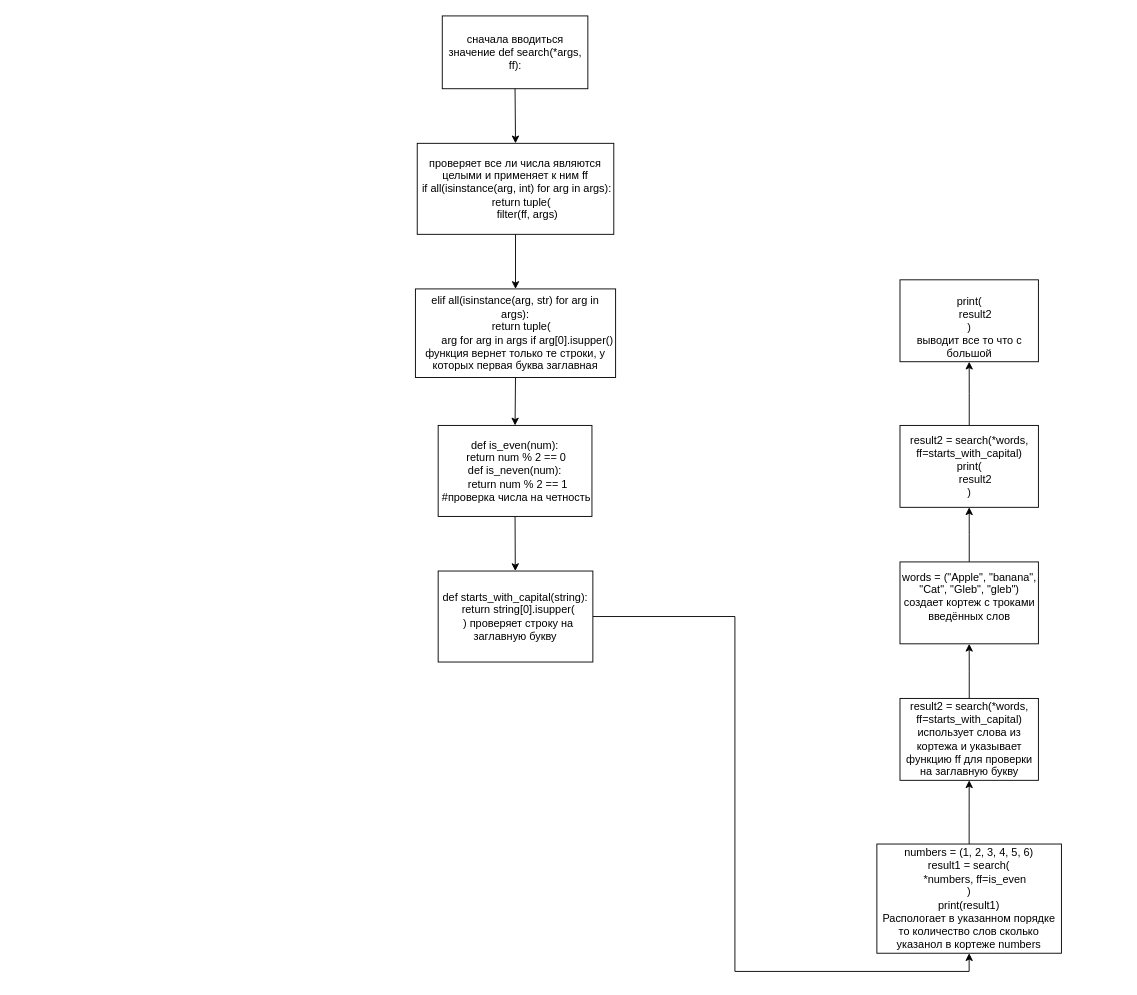
Above: задача 3.drawio in hellp31/Belomyttsev-Gleb-Algoritm (draw.io), before the change. Source tidied: cells renumbered, new cells numbered last; positions are measured from the earlier drawing's top-left corner, leaving out a move shared by most shapes. Both pictures are drawn from the tidied source at 91%, with x=0, y=0 at pixel (415, 15).
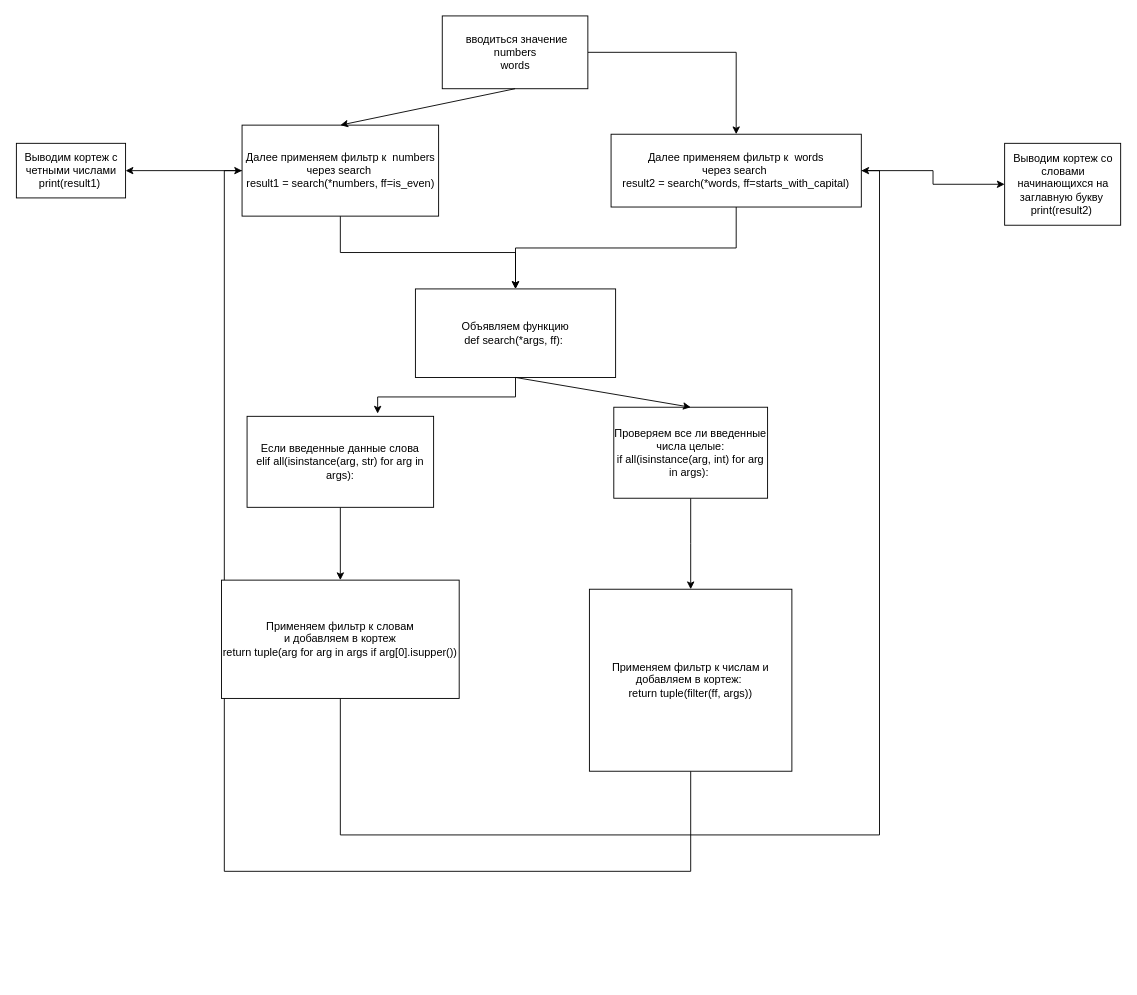
The same diagram, later.

What changed in the source:
```diff
@@
+    <mxCell id="21" style="edgeStyle=orthogonalEdgeStyle;rounded=0;jettySize=auto;html=1;" parent="1" edge="1" source="2" target="30">
+      <mxGeometry relative="1" as="geometry" />
+    </mxCell>
-    <mxCell id="2" value="сначала вводиться значение&amp;nbsp;def search(*args, ff):" style="rounded=0;whiteSpace=wrap;html=1;" parent="1" vertex="1">
+    <mxCell id="2" value="&amp;nbsp;вводиться значение numbers&lt;div&gt;words&lt;/div&gt;" style="rounded=0;whiteSpace=wrap;html=1;" parent="1" vertex="1">
       <mxGeometry x="29.5" width="160" height="80" as="geometry" />
     </mxCell>
+    <mxCell id="18" style="edgeStyle=orthogonalEdgeStyle;rounded=0;jettySize=auto;html=1;entryX=0.5;entryY=0;entryDx=0;entryDy=0;" parent="1" edge="1" source="3" target="4">
+      <mxGeometry relative="1" as="geometry" />
+    </mxCell>
+    <mxCell id="22" style="edgeStyle=orthogonalEdgeStyle;rounded=0;jettySize=auto;html=1;" parent="1" edge="1" source="3" target="33">
+      <mxGeometry relative="1" as="geometry" />
+    </mxCell>
-    <mxCell id="3" value="проверяет все ли числа являются целыми и применяет к ним ff&lt;div&gt;&amp;nbsp;&lt;span style=&quot;background-color: initial;&quot;&gt;if all(isinstance(arg, int) for arg in args):&lt;/span&gt;&lt;div&gt;&amp;nbsp; &amp;nbsp; return tuple(&lt;/div&gt;&lt;div&gt;&amp;nbsp; &amp;nbsp; &amp;nbsp; &amp;nbsp; filter(ff, args)&lt;/div&gt;&lt;/div&gt;" style="rounded=0;whiteSpace=wrap;html=1;" parent="1" vertex="1">
-      <mxGeometry x="2" y="140" width="216" height="100" as="geometry" />
+    <mxCell id="3" value="Далее применяем фильтр к&amp;nbsp; numbers&lt;div&gt;через search&amp;nbsp;&lt;br&gt;&lt;div&gt;result1 = search(*numbers, ff=is_even)&lt;br&gt;&lt;/div&gt;&lt;/div&gt;" style="rounded=0;whiteSpace=wrap;html=1;" parent="1" vertex="1">
+      <mxGeometry x="-190.5" y="120" width="216" height="100" as="geometry" />
     </mxCell>
-    <mxCell id="4" value="elif all(isinstance(arg, str) for arg in args):&lt;br&gt;&amp;nbsp; &amp;nbsp; return tuple(&lt;br&gt;&amp;nbsp; &amp;nbsp; &amp;nbsp; &amp;nbsp; arg for arg in args if arg[0].isupper()&lt;div&gt;функция вернет только те строки, у которых первая буква заглавная&lt;br&gt;&lt;/div&gt;" style="rounded=0;whiteSpace=wrap;html=1;" parent="1" vertex="1">
+    <mxCell id="4" value="Объявляем функцию&lt;div&gt;def search(*args, ff):&amp;nbsp;&lt;/div&gt;" style="rounded=0;whiteSpace=wrap;html=1;" parent="1" vertex="1">
       <mxGeometry y="300" width="220" height="97.3" as="geometry" />
     </mxCell>
+    <mxCell id="23" style="edgeStyle=orthogonalEdgeStyle;rounded=0;jettySize=auto;html=1;" parent="1" edge="1" source="5" target="27">
+      <mxGeometry relative="1" as="geometry" />
+    </mxCell>
-    <mxCell id="5" value="def is_even(num):&lt;br&gt;&amp;nbsp; return num % 2 == 0&amp;nbsp;&lt;div&gt;def is_neven(num):&lt;br&gt;&amp;nbsp; return num % 2 == 1&lt;/div&gt;&lt;div&gt;&amp;nbsp;#проверка числа на четность&lt;br&gt;&lt;/div&gt;" style="rounded=0;whiteSpace=wrap;html=1;" parent="1" vertex="1">
-      <mxGeometry x="25" y="450" width="169" height="100" as="geometry" />
+    <mxCell id="5" value="&lt;div&gt;Проверяем все ли введенные числа целые:&lt;/div&gt;&lt;div&gt;if all(isinstance(arg, int) for arg in args):&amp;nbsp;&lt;/div&gt;" style="rounded=0;whiteSpace=wrap;html=1;" parent="1" vertex="1">
+      <mxGeometry x="218" y="430" width="169" height="100" as="geometry" />
     </mxCell>
-    <mxCell id="6" style="edgeStyle=orthogonalEdgeStyle;rounded=0;jettySize=auto;html=1;entryX=0.5;entryY=1;entryDx=0;entryDy=0;" parent="1" edge="1" source="7" target="9">
-      <mxGeometry relative="1" as="geometry" />
-    </mxCell>
+    <mxCell id="24" style="edgeStyle=orthogonalEdgeStyle;rounded=0;jettySize=auto;html=1;" parent="1" edge="1" source="7" target="32">
+      <mxGeometry relative="1" as="geometry" />
+    </mxCell>
-    <mxCell id="7" value="&lt;div&gt;&lt;div&gt;def starts_with_capital(string):&lt;/div&gt;&lt;div&gt;&amp;nbsp; return string[0].isupper(&lt;/div&gt;&lt;div&gt;&amp;nbsp; ) проверяет строку на заглавную букву&lt;/div&gt;&lt;/div&gt;" style="rounded=0;whiteSpace=wrap;html=1;" parent="1" vertex="1">
-      <mxGeometry x="25" y="610" width="170" height="100" as="geometry" />
+    <mxCell id="7" value="Если введенные данные слова&lt;div&gt;elif all(isinstance(arg, str) for arg in args):&lt;br&gt;&lt;/div&gt;" style="rounded=0;whiteSpace=wrap;html=1;" parent="1" vertex="1">
+      <mxGeometry x="-185" y="440" width="205" height="100" as="geometry" />
     </mxCell>
-    <mxCell id="8" style="edgeStyle=orthogonalEdgeStyle;rounded=0;jettySize=auto;html=1;entryX=0.5;entryY=1;entryDx=0;entryDy=0;" parent="1" edge="1" source="9" target="16">
-      <mxGeometry relative="1" as="geometry" />
-    </mxCell>
-    <mxCell id="9" value="&lt;div&gt;numbers = (1, 2, 3, 4, 5, 6)&lt;/div&gt;&lt;div&gt;result1 = search(&lt;/div&gt;&lt;div&gt;&amp;nbsp; &amp;nbsp; *numbers, ff=is_even&lt;/div&gt;&lt;div&gt;)&lt;/div&gt;&lt;div&gt;print(result1)&lt;br&gt;&lt;/div&gt;&lt;div&gt;Распологает в указанном порядке то количество слов сколько указанол в кортеже numbers&lt;/div&gt;" style="rounded=0;whiteSpace=wrap;html=1;" parent="1" vertex="1">
-      <mxGeometry x="507.1" y="910" width="202.8" height="120" as="geometry" />
-    </mxCell>
-    <mxCell id="10" style="edgeStyle=orthogonalEdgeStyle;rounded=0;jettySize=auto;html=1;entryX=0.5;entryY=1;entryDx=0;entryDy=0;" parent="1" edge="1" source="11" target="13">
-      <mxGeometry relative="1" as="geometry" />
-    </mxCell>
-    <mxCell id="11" value="&lt;div&gt;words = (&quot;Apple&quot;, &quot;banana&quot;, &quot;Cat&quot;, &quot;Gleb&quot;, &quot;gleb&quot;)&lt;/div&gt;&lt;div&gt;создает кортеж с троками введённых слов&lt;/div&gt;&lt;div&gt;&lt;br&gt;&lt;/div&gt;" style="rounded=0;whiteSpace=wrap;html=1;" parent="1" vertex="1">
-      <mxGeometry x="532.5" y="600" width="152.1" height="90" as="geometry" />
-    </mxCell>
-    <mxCell id="12" style="edgeStyle=orthogonalEdgeStyle;rounded=0;jettySize=auto;html=1;entryX=0.5;entryY=1;entryDx=0;entryDy=0;" parent="1" edge="1" source="13" target="14">
-      <mxGeometry relative="1" as="geometry" />
-    </mxCell>
-    <mxCell id="13" value="result2 = search(*words, ff=starts_with_capital)&lt;br&gt;print(&lt;br&gt;&amp;nbsp; &amp;nbsp; result2&lt;div&gt;)&lt;/div&gt;" style="rounded=0;whiteSpace=wrap;html=1;" parent="1" vertex="1">
-      <mxGeometry x="532.5" y="450" width="152.1" height="90" as="geometry" />
-    </mxCell>
-    <mxCell id="14" value="&lt;br&gt;print(&lt;br&gt;&amp;nbsp; &amp;nbsp; result2&lt;div&gt;)&lt;/div&gt;&lt;div&gt;выводит все то что с большой&lt;/div&gt;" style="rounded=0;whiteSpace=wrap;html=1;" parent="1" vertex="1">
-      <mxGeometry x="532.5" y="290" width="152.1" height="90" as="geometry" />
-    </mxCell>
-    <mxCell id="15" style="edgeStyle=orthogonalEdgeStyle;rounded=0;jettySize=auto;html=1;entryX=0.5;entryY=1;entryDx=0;entryDy=0;" parent="1" edge="1" source="16" target="11">
-      <mxGeometry relative="1" as="geometry" />
-    </mxCell>
-    <mxCell id="16" value="result2 = search(*words, ff=starts_with_capital)&lt;div&gt;использует слова из кортежа и указывает функцию ff для проверки на заглавную букву&lt;/div&gt;" style="rounded=0;whiteSpace=wrap;html=1;" parent="1" vertex="1">
-      <mxGeometry x="532.5" y="750" width="152.1" height="90" as="geometry" />
-    </mxCell>
@@
-    <mxCell id="18" style="endArrow=classic;html=1;rounded=0;exitX=0.5;exitY=1;exitDx=0;exitDy=0;entryX=0.5;entryY=0;entryDx=0;entryDy=0;" parent="1" edge="1" source="3" target="4">
-      <mxGeometry relative="1" as="geometry" />
-    </mxCell>
@@
-    <mxCell id="20" style="endArrow=classic;html=1;rounded=0;exitX=0.5;exitY=1;exitDx=0;exitDy=0;" parent="1" edge="1" source="5" target="7">
-      <mxGeometry relative="1" as="geometry" />
-    </mxCell>
+    <mxCell id="25" style="edgeStyle=orthogonalEdgeStyle;rounded=0;jettySize=auto;html=1;entryX=0.7;entryY=-0.03;entryDx=0;entryDy=0;entryPerimeter=0;" parent="1" edge="1" source="4" target="7">
+      <mxGeometry relative="1" as="geometry" />
+    </mxCell>
+    <mxCell id="26" style="edgeStyle=orthogonalEdgeStyle;rounded=0;jettySize=auto;html=1;entryX=0;entryY=0.5;entryDx=0;entryDy=0;" parent="1" edge="1" source="27" target="3">
+      <mxGeometry relative="1" as="geometry">
+        <Array as="points">
+          <mxPoint x="303" y="940" />
+          <mxPoint x="-210" y="940" />
+          <mxPoint x="-210" y="170" />
+        </Array>
+      </mxGeometry>
+    </mxCell>
+    <mxCell id="27" value="&lt;div&gt;Применяем фильтр к числам и добавляем в кортеж:&amp;nbsp;&lt;/div&gt;return tuple(filter(ff, args))" style="whiteSpace=wrap;html=1;rounded=0;" parent="1" vertex="1">
+      <mxGeometry x="191.2" y="630" width="222.5" height="200" as="geometry" />
+    </mxCell>
+    <mxCell id="28" style="edgeStyle=orthogonalEdgeStyle;rounded=0;jettySize=auto;html=1;entryX=0.5;entryY=0;entryDx=0;entryDy=0;" parent="1" edge="1" source="30" target="4">
+      <mxGeometry relative="1" as="geometry" />
+    </mxCell>
+    <mxCell id="29" style="edgeStyle=orthogonalEdgeStyle;rounded=0;jettySize=auto;html=1;" parent="1" edge="1" source="30" target="34">
+      <mxGeometry relative="1" as="geometry" />
+    </mxCell>
+    <mxCell id="30" value="Далее применяем фильтр к&amp;nbsp; words&lt;div&gt;через search&amp;nbsp;&lt;br&gt;&lt;div&gt;result2 = search(*words, ff=starts_with_capital)&lt;br&gt;&lt;/div&gt;&lt;/div&gt;" style="whiteSpace=wrap;html=1;rounded=0;" parent="1" vertex="1">
+      <mxGeometry x="215" y="130" width="275" height="80" as="geometry" />
+    </mxCell>
+    <mxCell id="31" style="edgeStyle=orthogonalEdgeStyle;rounded=0;jettySize=auto;html=1;entryX=1;entryY=0.5;entryDx=0;entryDy=0;" parent="1" edge="1" source="32" target="30">
+      <mxGeometry relative="1" as="geometry">
+        <Array as="points">
+          <mxPoint x="-82" y="900" />
+          <mxPoint x="510" y="900" />
+          <mxPoint x="510" y="170" />
+        </Array>
+      </mxGeometry>
+    </mxCell>
+    <mxCell id="32" value="Применяем фильтр к словам&lt;div&gt;и добавляем в кортеж&lt;/div&gt;&lt;div&gt;return tuple(arg for arg in args if arg[0].isupper())&lt;br&gt;&lt;/div&gt;" style="whiteSpace=wrap;html=1;rounded=0;" parent="1" vertex="1">
+      <mxGeometry x="-213.1" y="620" width="261.2" height="130" as="geometry" />
+    </mxCell>
+    <mxCell id="33" value="Выводим кортеж с четными числами&lt;div&gt;print(result1)&amp;nbsp;&lt;/div&gt;" style="whiteSpace=wrap;html=1;rounded=0;" parent="1" vertex="1">
+      <mxGeometry x="-438.5" y="140" width="120" height="60" as="geometry" />
+    </mxCell>
+    <mxCell id="34" value="Выводим кортеж со словами начинающихся на заглавную букву&amp;nbsp;&lt;div&gt;print(result2)&amp;nbsp;&lt;/div&gt;" style="whiteSpace=wrap;html=1;rounded=0;" parent="1" vertex="1">
+      <mxGeometry x="647.5" y="140" width="127.5" height="90" as="geometry" />
+    </mxCell>
```
